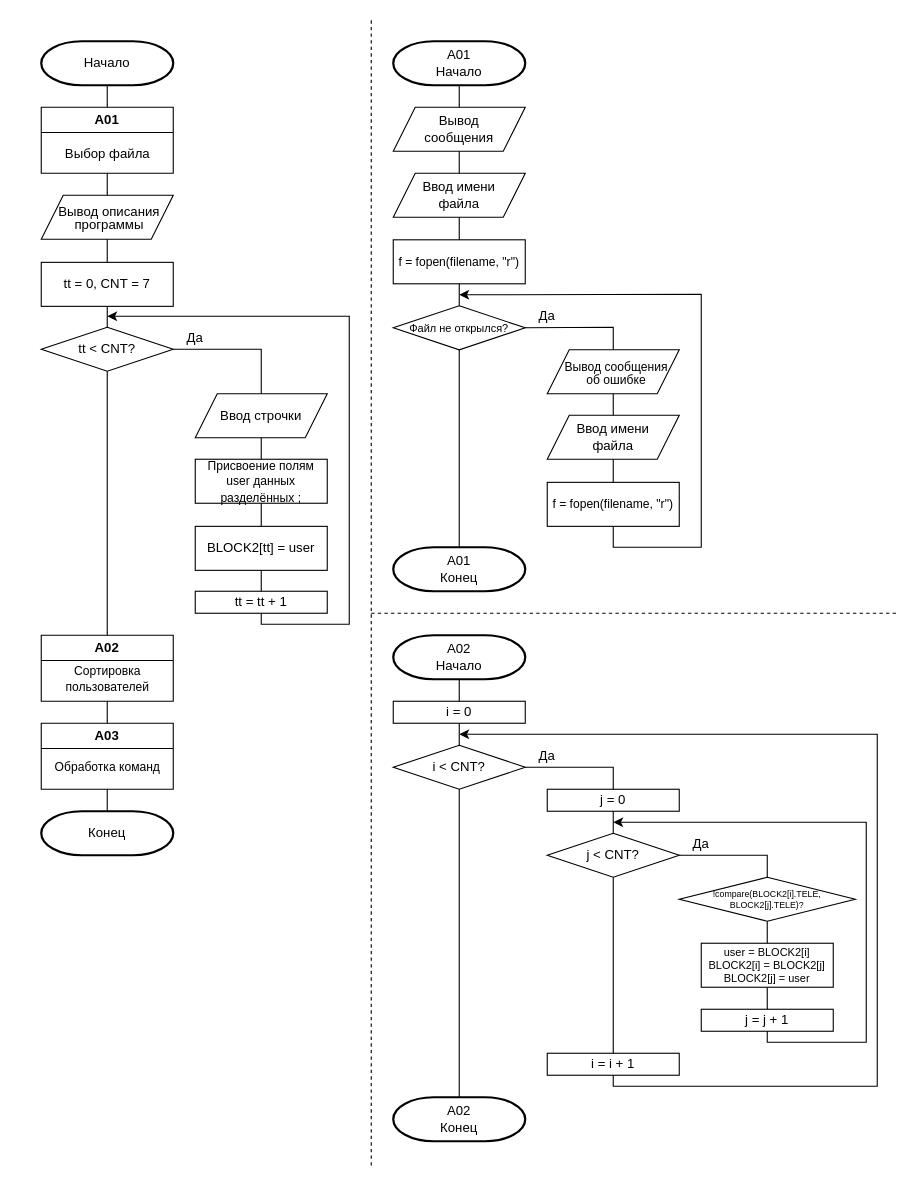
Before: page "Main+A01+A02" (1 of 2) of Схема алгоритма.drawio in DexTver/LAB_06_06, a draw.io diagram. Source tidied: cells renumbered, new cells numbered last; positions are measured from the earlier drawing's top-left corner, leaving out a move shared by most shapes. Both pictures are drawn from the tidied source at 110%, with x=0, y=0 at pixel (41, 19).
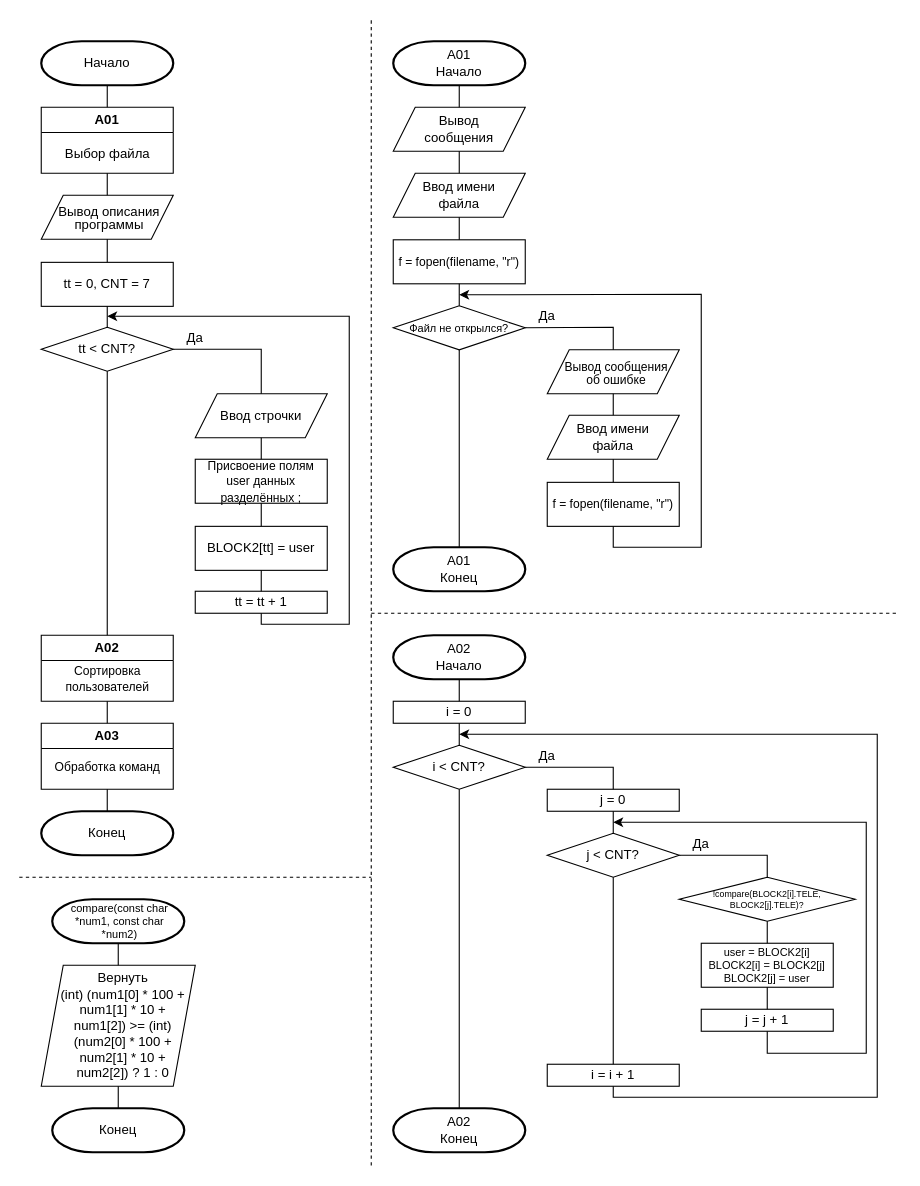
The same diagram, later.

Commit message:
End scheme

The change refers to these unchanged cells:
```xml
<mxCell id="46" value="j = j + 1" style="rounded=0;whiteSpace=wrap;html=1;" parent="1" vertex="1">
  <mxGeometry x="600" y="900" width="120" height="20" as="geometry" />
</mxCell>
```

Change to the diagram source:
```diff
@@
     <mxCell id="39" value="A02&lt;br&gt;Конец" style="strokeWidth=2;html=1;shape=mxgraph.flowchart.terminator;whiteSpace=wrap;" parent="1" vertex="1">
-      <mxGeometry x="320" y="980" width="120" height="40" as="geometry" />
+      <mxGeometry x="320" y="990" width="120" height="40" as="geometry" />
     </mxCell>
@@
     <mxCell id="47" value="i = i + 1" style="rounded=0;whiteSpace=wrap;html=1;" parent="1" vertex="1">
-      <mxGeometry x="460" y="940" width="120" height="20" as="geometry" />
+      <mxGeometry x="460" y="950" width="120" height="20" as="geometry" />
     </mxCell>
@@
     <mxCell id="51" style="endArrow=none;html=1;rounded=0;entryX=0.5;entryY=1;entryDx=0;entryDy=0;endFill=0;startArrow=classic;startFill=1;" parent="1" edge="1" target="47">
       <mxGeometry relative="1" as="geometry">
         <mxPoint x="380" y="650" as="sourcePoint" />
         <Array as="points">
           <mxPoint x="760" y="650" />
-          <mxPoint x="760" y="970" />
-          <mxPoint x="520" y="970" />
+          <mxPoint x="760" y="980" />
+          <mxPoint x="520" y="980" />
         </Array>
       </mxGeometry>
     </mxCell>
     <mxCell id="52" style="endArrow=none;html=1;rounded=0;entryX=0.5;entryY=1;entryDx=0;entryDy=0;startArrow=classic;startFill=1;" parent="1" edge="1" target="46">
       <mxGeometry relative="1" as="geometry">
         <mxPoint x="520" y="730" as="sourcePoint" />
         <Array as="points">
           <mxPoint x="750" y="730" />
-          <mxPoint x="750" y="930" />
-          <mxPoint x="660" y="930" />
+          <mxPoint x="750" y="940" />
+          <mxPoint x="660" y="940" />
         </Array>
       </mxGeometry>
     </mxCell>
@@
+    <mxCell id="74" style="endArrow=none;dashed=1;html=1;rounded=0;" parent="1" edge="1">
+      <mxGeometry relative="1" as="geometry">
+        <mxPoint x="-20" y="780" as="sourcePoint" />
+        <mxPoint x="300" y="780" as="targetPoint" />
+      </mxGeometry>
+    </mxCell>
+    <mxCell id="75" value="compare(const char *num1, const char *num2)" style="strokeWidth=2;html=1;shape=mxgraph.flowchart.terminator;whiteSpace=wrap;fontSize=10;spacingLeft=3;" parent="1" vertex="1">
+      <mxGeometry x="10" y="800" width="120" height="40" as="geometry" />
+    </mxCell>
+    <mxCell id="76" value="Вернуть&lt;br&gt;(int) (num1[0] * 100 + num1[1] * 10 + num1[2]) &amp;gt;= (int) (num2[0] * 100 + num2[1] * 10 + num2[2]) ? 1 : 0" style="shape=parallelogram;perimeter=parallelogramPerimeter;whiteSpace=wrap;html=1;fixedSize=1;spacingLeft=9;" parent="1" vertex="1">
+      <mxGeometry y="860" width="140" height="110" as="geometry" />
+    </mxCell>
+    <mxCell id="77" value="Конец" style="strokeWidth=2;html=1;shape=mxgraph.flowchart.terminator;whiteSpace=wrap;" parent="1" vertex="1">
+      <mxGeometry x="10" y="990" width="120" height="40" as="geometry" />
+    </mxCell>
+    <mxCell id="78" style="endArrow=none;html=1;rounded=0;entryX=0.5;entryY=1;entryDx=0;entryDy=0;entryPerimeter=0;exitX=0.5;exitY=0;exitDx=0;exitDy=0;" parent="1" edge="1" source="76" target="75">
+      <mxGeometry relative="1" as="geometry" />
+    </mxCell>
+    <mxCell id="79" style="endArrow=none;html=1;rounded=0;entryX=0.5;entryY=1;entryDx=0;entryDy=0;exitX=0.5;exitY=0;exitDx=0;exitDy=0;exitPerimeter=0;" parent="1" edge="1" source="77" target="76">
+      <mxGeometry relative="1" as="geometry" />
+    </mxCell>
```
